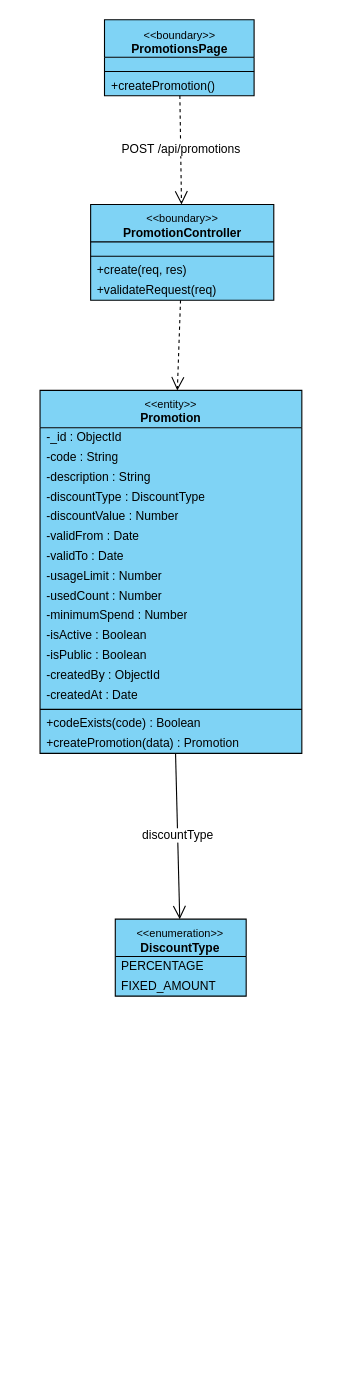
toikobi401/SWD392 keeps this draw.io diagram as final/diagrams/M1_Inventory-And-Pricing_Diagrams/class_diagrams/CD-03_UC-M20_CreatePromotionCode.drawio. Above is the earlier version. Source tidied: cells renumbered, new cells numbered last; positions are measured from the earlier drawing's top-left corner, leaving out a move shared by most shapes. Both pictures are drawn from the tidied source at 110%, with x=0, y=0 at pixel (40, 19).
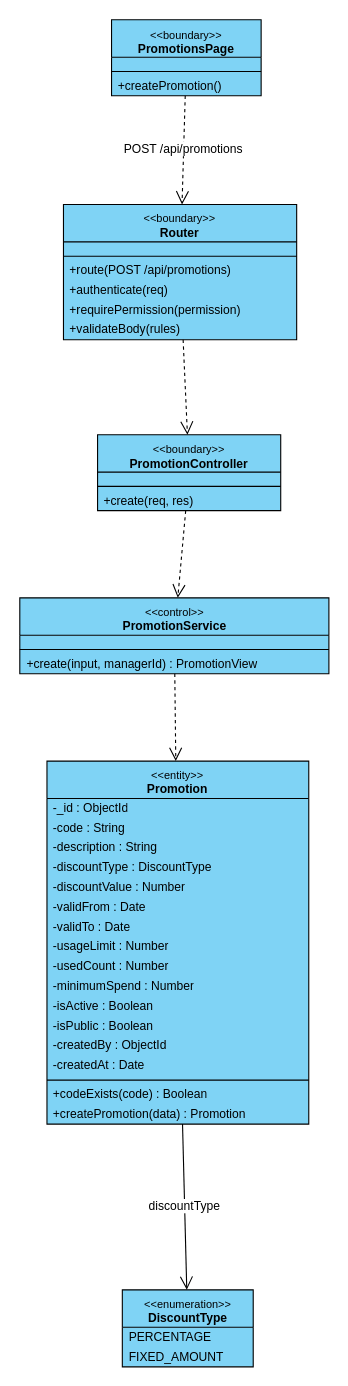
The same page after the edit.

Diff of the diagram source:
```diff
@@
     <mxCell id="2" value="&lt;font style=&quot;font-size:10px&quot;&gt;&amp;lt;&amp;lt;boundary&amp;gt;&amp;gt;&lt;/font&gt;&lt;br&gt;&lt;b&gt;PromotionsPage&lt;/b&gt;" style="swimlane;fontStyle=0;align=center;verticalAlign=top;horizontal=1;startSize=34;html=1;whiteSpace=wrap;fontSize=11;fillColor=#7fd3f5;swimlaneFillColor=#7fd3f5;strokeColor=#000000;" parent="1" vertex="1">
-      <mxGeometry x="58.5" y="0.5" width="136" height="69" as="geometry" />
+      <mxGeometry x="64.9" y="0.5" width="136" height="69" as="geometry" />
     </mxCell>
@@
+    <mxCell id="35" value="&lt;font style=&quot;font-size:10px&quot;&gt;&amp;lt;&amp;lt;boundary&amp;gt;&amp;gt;&lt;/font&gt;&lt;br&gt;&lt;b&gt;Router&lt;/b&gt;" style="swimlane;fontStyle=0;align=center;verticalAlign=top;horizontal=1;startSize=34;html=1;whiteSpace=wrap;fontSize=11;fillColor=#7fd3f5;swimlaneFillColor=#7fd3f5;strokeColor=#000000;" parent="1" vertex="1">
+      <mxGeometry x="21.2" y="168.4" width="212" height="123" as="geometry" />
+    </mxCell>
+    <mxCell id="36" style="text;strokeColor=none;fillColor=none;html=1;" parent="35" vertex="1">
+      <mxGeometry y="34" width="212" height="9" as="geometry" />
+    </mxCell>
+    <mxCell id="37" style="line;strokeWidth=1;fillColor=none;align=left;verticalAlign=middle;spacingTop=-1;spacingLeft=3;spacingRight=3;labelPosition=right;strokeColor=#000000;" parent="35" vertex="1">
+      <mxGeometry y="43" width="212" height="8" as="geometry" />
+    </mxCell>
+    <mxCell id="38" value="+route(POST /api/promotions)" style="text;strokeColor=none;fillColor=none;align=left;verticalAlign=middle;spacingLeft=4;spacingRight=4;overflow=hidden;whiteSpace=nowrap;html=1;fontSize=11;" parent="35" vertex="1">
+      <mxGeometry y="51" width="212" height="18" as="geometry" />
+    </mxCell>
+    <mxCell id="39" value="+authenticate(req)" style="text;strokeColor=none;fillColor=none;align=left;verticalAlign=middle;spacingLeft=4;spacingRight=4;overflow=hidden;whiteSpace=nowrap;html=1;fontSize=11;" parent="35" vertex="1">
+      <mxGeometry y="69" width="212" height="18" as="geometry" />
+    </mxCell>
+    <mxCell id="40" value="+requirePermission(permission)" style="text;strokeColor=none;fillColor=none;align=left;verticalAlign=middle;spacingLeft=4;spacingRight=4;overflow=hidden;whiteSpace=nowrap;html=1;fontSize=11;" parent="35" vertex="1">
+      <mxGeometry y="87" width="212" height="18" as="geometry" />
+    </mxCell>
+    <mxCell id="41" value="+validateBody(rules)" style="text;strokeColor=none;fillColor=none;align=left;verticalAlign=middle;spacingLeft=4;spacingRight=4;overflow=hidden;whiteSpace=nowrap;html=1;fontSize=11;" parent="35" vertex="1">
+      <mxGeometry y="105" width="212" height="18" as="geometry" />
+    </mxCell>
     <mxCell id="6" value="&lt;font style=&quot;font-size:10px&quot;&gt;&amp;lt;&amp;lt;boundary&amp;gt;&amp;gt;&lt;/font&gt;&lt;br&gt;&lt;b&gt;PromotionController&lt;/b&gt;" style="swimlane;fontStyle=0;align=center;verticalAlign=top;horizontal=1;startSize=34;html=1;whiteSpace=wrap;fontSize=11;fillColor=#7fd3f5;swimlaneFillColor=#7fd3f5;strokeColor=#000000;" parent="1" vertex="1">
-      <mxGeometry x="45.9" y="168.4" width="166.5" height="87" as="geometry" />
+      <mxGeometry x="52.2" y="377.7" width="166.5" height="69" as="geometry" />
     </mxCell>
@@
-    <mxCell id="10" value="+validateRequest(req)" style="text;strokeColor=none;fillColor=none;align=left;verticalAlign=middle;spacingLeft=4;spacingRight=4;overflow=hidden;whiteSpace=nowrap;html=1;fontSize=11;" parent="6" vertex="1">
-      <mxGeometry y="69" width="166.5" height="18" as="geometry" />
-    </mxCell>
+    <mxCell id="42" value="&lt;font style=&quot;font-size:10px&quot;&gt;&amp;lt;&amp;lt;control&amp;gt;&amp;gt;&lt;/font&gt;&lt;br&gt;&lt;b&gt;PromotionService&lt;/b&gt;" style="swimlane;fontStyle=0;align=center;verticalAlign=top;horizontal=1;startSize=34;html=1;whiteSpace=wrap;fontSize=11;fillColor=#7fd3f5;swimlaneFillColor=#7fd3f5;strokeColor=#000000;" parent="1" vertex="1">
+      <mxGeometry x="-18.5" y="526" width="281" height="69" as="geometry" />
+    </mxCell>
+    <mxCell id="43" style="text;strokeColor=none;fillColor=none;html=1;" parent="42" vertex="1">
+      <mxGeometry y="34" width="281" height="9" as="geometry" />
+    </mxCell>
+    <mxCell id="44" style="line;strokeWidth=1;fillColor=none;align=left;verticalAlign=middle;spacingTop=-1;spacingLeft=3;spacingRight=3;labelPosition=right;strokeColor=#000000;" parent="42" vertex="1">
+      <mxGeometry y="43" width="281" height="8" as="geometry" />
+    </mxCell>
+    <mxCell id="45" value="+create(input, managerId) : PromotionView" style="text;strokeColor=none;fillColor=none;align=left;verticalAlign=middle;spacingLeft=4;spacingRight=4;overflow=hidden;whiteSpace=nowrap;html=1;fontSize=11;" parent="42" vertex="1">
+      <mxGeometry y="51" width="281" height="18" as="geometry" />
+    </mxCell>
     <mxCell id="11" value="&lt;font style=&quot;font-size:10px&quot;&gt;&amp;lt;&amp;lt;entity&amp;gt;&amp;gt;&lt;/font&gt;&lt;br&gt;&lt;b&gt;Promotion&lt;/b&gt;" style="swimlane;fontStyle=0;align=center;verticalAlign=top;horizontal=1;startSize=34;html=1;whiteSpace=wrap;fontSize=11;fillColor=#7fd3f5;swimlaneFillColor=#7fd3f5;strokeColor=#000000;" parent="1" vertex="1">
-      <mxGeometry x="-0.1" y="337.4" width="238" height="330" as="geometry" />
+      <mxGeometry x="6.2" y="674.4" width="238" height="330" as="geometry" />
     </mxCell>
@@
     <mxCell id="29" value="&lt;font style=&quot;font-size:10px&quot;&gt;&amp;lt;&amp;lt;enumeration&amp;gt;&amp;gt;&lt;/font&gt;&lt;br&gt;&lt;b&gt;DiscountType&lt;/b&gt;" style="swimlane;fontStyle=0;align=center;verticalAlign=top;horizontal=1;startSize=34;html=1;whiteSpace=wrap;fontSize=11;fillColor=#7fd3f5;swimlaneFillColor=#7fd3f5;strokeColor=#000000;" parent="1" vertex="1">
-      <mxGeometry x="68.3" y="818.1" width="119" height="70" as="geometry" />
+      <mxGeometry x="74.7" y="1155.1" width="119" height="70" as="geometry" />
     </mxCell>
@@
-    <mxCell id="32" value="POST /api/promotions" style="html=1;rounded=0;fontSize=11;labelBackgroundColor=#ffffff;dashed=1;endArrow=open;endSize=10;" parent="1" edge="1" source="2" target="6">
+    <mxCell id="32" value="POST /api/promotions" style="html=1;rounded=0;fontSize=11;labelBackgroundColor=#ffffff;dashed=1;endArrow=open;endSize=10;" parent="1" edge="1" source="2" target="35">
       <mxGeometry relative="1" as="geometry" />
     </mxCell>
-    <mxCell id="33" style="html=1;rounded=0;fontSize=11;labelBackgroundColor=#ffffff;dashed=1;endArrow=open;endSize=10;" parent="1" edge="1" source="6" target="11">
+    <mxCell id="33" style="html=1;rounded=0;fontSize=11;labelBackgroundColor=#ffffff;dashed=1;endArrow=open;endSize=10;" parent="1" edge="1" source="35" target="6">
       <mxGeometry relative="1" as="geometry" />
     </mxCell>
-    <mxCell id="34" value="discountType" style="html=1;rounded=0;fontSize=11;labelBackgroundColor=#ffffff;endArrow=open;endSize=10;" parent="1" edge="1" source="11" target="29">
+    <mxCell id="34" style="html=1;rounded=0;fontSize=11;labelBackgroundColor=#ffffff;dashed=1;endArrow=open;endSize=10;" parent="1" edge="1" source="6" target="42">
       <mxGeometry relative="1" as="geometry" />
     </mxCell>
+    <mxCell id="46" style="html=1;rounded=0;fontSize=11;labelBackgroundColor=#ffffff;dashed=1;endArrow=open;endSize=10;" parent="1" edge="1" source="42" target="11">
+      <mxGeometry relative="1" as="geometry" />
+    </mxCell>
+    <mxCell id="47" value="discountType" style="html=1;rounded=0;fontSize=11;labelBackgroundColor=#ffffff;endArrow=open;endSize=10;" parent="1" edge="1" source="11" target="29">
+      <mxGeometry relative="1" as="geometry" />
+    </mxCell>
```
